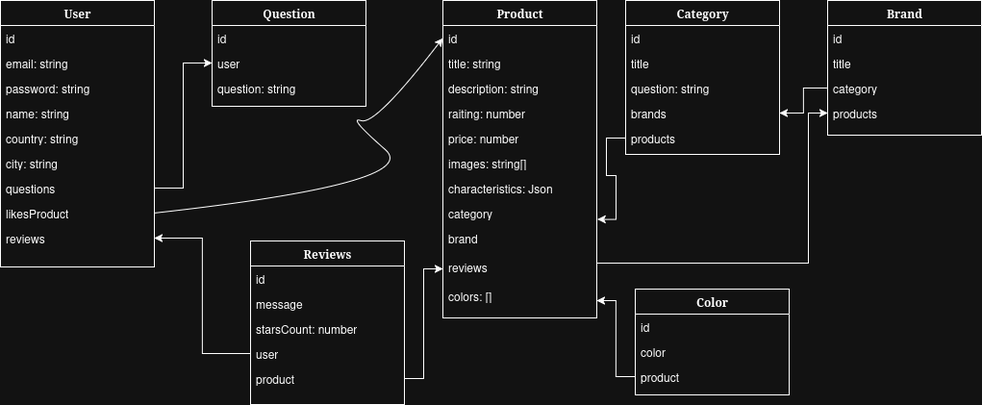
Earlier version of the draw.io export db-diagram-v1.png (Marald12/behoof-backend). Source tidied: cells renumbered, new cells last; positions are measured from the earlier drawing's top-left corner, leaving out a move shared by most shapes.
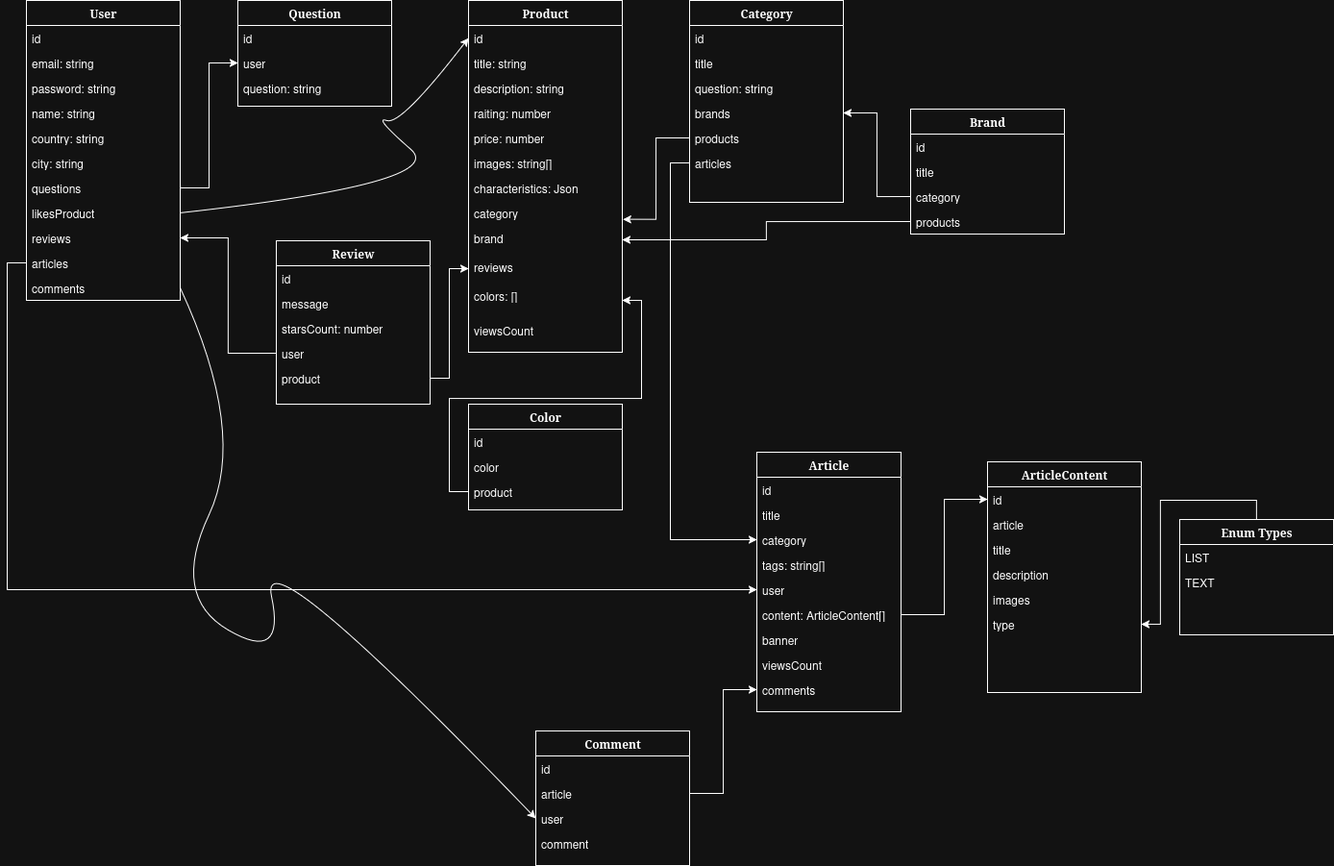
Above is the later version.

What changed in the source:
```diff
@@ -3,7 +3,7 @@
     <mxCell id="0" />
     <mxCell id="1" parent="0" />
     <mxCell id="2" value="&lt;div&gt;User&lt;/div&gt;" style="swimlane;html=1;fontStyle=1;align=center;verticalAlign=top;horizontal=1;startSize=26;swimlaneFillColor=#ffffff;rounded=0;shadow=0;comic=0;labelBackgroundColor=none;strokeWidth=1;fillColor=none;fontFamily=Verdana;fontSize=12;" parent="1" vertex="1">
-      <mxGeometry width="160" height="277" as="geometry" />
+      <mxGeometry width="160" height="312" as="geometry" />
     </mxCell>
     <mxCell id="3" value="id" style="text;html=1;strokeColor=none;fillColor=none;align=left;verticalAlign=top;spacingLeft=4;spacingRight=4;whiteSpace=wrap;overflow=hidden;" parent="2" vertex="1">
       <mxGeometry y="26" width="160" height="26" as="geometry" />
@@ -32,6 +32,12 @@
     <mxCell id="11" value="&lt;div&gt;reviews&lt;/div&gt;" style="text;html=1;strokeColor=none;fillColor=none;align=left;verticalAlign=top;spacingLeft=4;spacingRight=4;whiteSpace=wrap;overflow=hidden;points=[[0,0.5],[1,0.5]];portConstraint=eastwest;" parent="2" vertex="1">
       <mxGeometry y="234" width="160" height="26" as="geometry" />
     </mxCell>
+    <mxCell id="58" value="articles" style="text;html=1;strokeColor=none;fillColor=none;align=left;verticalAlign=top;spacingLeft=4;spacingRight=4;whiteSpace=wrap;overflow=hidden;points=[[0,0.5],[1,0.5]];portConstraint=eastwest;" parent="2" vertex="1">
+      <mxGeometry y="260" width="160" height="26" as="geometry" />
+    </mxCell>
+    <mxCell id="59" value="comments" style="text;html=1;strokeColor=none;fillColor=none;align=left;verticalAlign=top;spacingLeft=4;spacingRight=4;whiteSpace=wrap;overflow=hidden;points=[[0,0.5],[1,0.5]];portConstraint=eastwest;" parent="2" vertex="1">
+      <mxGeometry y="286" width="160" height="26" as="geometry" />
+    </mxCell>
     <mxCell id="12" value="Question" style="swimlane;html=1;fontStyle=1;align=center;verticalAlign=top;horizontal=1;startSize=26;swimlaneFillColor=#ffffff;rounded=0;shadow=0;comic=0;labelBackgroundColor=none;strokeWidth=1;fillColor=none;fontFamily=Verdana;fontSize=12;" parent="1" vertex="1">
       <mxGeometry x="220" width="160" height="110" as="geometry" />
     </mxCell>
@@ -53,7 +59,7 @@
       </mxGeometry>
     </mxCell>
     <mxCell id="18" value="Product" style="swimlane;html=1;fontStyle=1;align=center;verticalAlign=top;horizontal=1;startSize=26;swimlaneFillColor=#ffffff;rounded=0;shadow=0;comic=0;labelBackgroundColor=none;strokeWidth=1;fillColor=none;fontFamily=Verdana;fontSize=12;" parent="1" vertex="1">
-      <mxGeometry x="460" width="160" height="330" as="geometry" />
+      <mxGeometry x="460" width="160" height="366" as="geometry" />
     </mxCell>
     <mxCell id="19" value="id" style="text;html=1;strokeColor=none;fillColor=none;align=left;verticalAlign=top;spacingLeft=4;spacingRight=4;whiteSpace=wrap;overflow=hidden;points=[[0,0.5],[1,0.5]];portConstraint=eastwest;" parent="18" vertex="1">
       <mxGeometry y="26" width="160" height="26" as="geometry" />
@@ -88,6 +94,9 @@
     <mxCell id="29" value="&lt;div&gt;colors: []&lt;br&gt;&lt;/div&gt;" style="text;html=1;strokeColor=none;fillColor=none;align=left;verticalAlign=top;spacingLeft=4;spacingRight=4;whiteSpace=wrap;overflow=hidden;points=[[0,0.5],[1,0.5]];portConstraint=eastwest;" parent="18" vertex="1">
       <mxGeometry y="294" width="160" height="36" as="geometry" />
     </mxCell>
+    <mxCell id="60" value="&lt;div&gt;viewsCount&lt;/div&gt;&lt;div&gt;&lt;br&gt;&lt;/div&gt;" style="text;html=1;strokeColor=none;fillColor=none;align=left;verticalAlign=top;spacingLeft=4;spacingRight=4;whiteSpace=wrap;overflow=hidden;" parent="18" vertex="1">
+      <mxGeometry y="330" width="160" height="36" as="geometry" />
+    </mxCell>
     <mxCell id="30" style="curved=1;endArrow=classic;html=1;rounded=0;exitX=1;exitY=0.5;exitDx=0;exitDy=0;entryX=0;entryY=0.5;entryDx=0;entryDy=0;" parent="1" edge="1" source="10" target="19">
       <mxGeometry relative="1" as="geometry">
         <Array as="points">
@@ -98,7 +107,7 @@
       </mxGeometry>
     </mxCell>
     <mxCell id="31" value="Category" style="swimlane;html=1;fontStyle=1;align=center;verticalAlign=top;horizontal=1;startSize=26;swimlaneFillColor=#ffffff;rounded=0;shadow=0;comic=0;labelBackgroundColor=none;strokeWidth=1;fillColor=none;fontFamily=Verdana;fontSize=12;" parent="1" vertex="1">
-      <mxGeometry x="650" width="160" height="160" as="geometry" />
+      <mxGeometry x="690" width="160" height="210" as="geometry" />
     </mxCell>
     <mxCell id="32" value="id" style="text;html=1;strokeColor=none;fillColor=none;align=left;verticalAlign=top;spacingLeft=4;spacingRight=4;whiteSpace=wrap;overflow=hidden;" parent="31" vertex="1">
       <mxGeometry y="26" width="160" height="26" as="geometry" />
@@ -115,8 +124,11 @@
     <mxCell id="36" value="products" style="text;html=1;strokeColor=none;fillColor=none;align=left;verticalAlign=top;spacingLeft=4;spacingRight=4;whiteSpace=wrap;overflow=hidden;points=[[0,0.5],[1,0.5]];portConstraint=eastwest;" parent="31" vertex="1">
       <mxGeometry y="130" width="160" height="26" as="geometry" />
     </mxCell>
+    <mxCell id="61" value="articles" style="text;html=1;strokeColor=none;fillColor=none;align=left;verticalAlign=top;spacingLeft=4;spacingRight=4;whiteSpace=wrap;overflow=hidden;points=[[0,0.5],[1,0.5]];portConstraint=eastwest;" parent="31" vertex="1">
+      <mxGeometry y="156" width="160" height="26" as="geometry" />
+    </mxCell>
     <mxCell id="37" value="Brand" style="swimlane;html=1;fontStyle=1;align=center;verticalAlign=top;horizontal=1;startSize=26;swimlaneFillColor=#ffffff;rounded=0;shadow=0;comic=0;labelBackgroundColor=none;strokeWidth=1;fillColor=none;fontFamily=Verdana;fontSize=12;" parent="1" vertex="1">
-      <mxGeometry x="860" width="160" height="140" as="geometry" />
+      <mxGeometry x="920" y="113" width="160" height="130" as="geometry" />
     </mxCell>
     <mxCell id="38" value="id" style="text;html=1;strokeColor=none;fillColor=none;align=left;verticalAlign=top;spacingLeft=4;spacingRight=4;whiteSpace=wrap;overflow=hidden;" parent="37" vertex="1">
       <mxGeometry y="26" width="160" height="26" as="geometry" />
@@ -130,21 +142,13 @@
     <mxCell id="41" value="products" style="text;html=1;strokeColor=none;fillColor=none;align=left;verticalAlign=top;spacingLeft=4;spacingRight=4;whiteSpace=wrap;overflow=hidden;points=[[0,0.5],[1,0.5]];portConstraint=eastwest;" parent="37" vertex="1">
       <mxGeometry y="104" width="160" height="26" as="geometry" />
     </mxCell>
-    <mxCell id="42" style="edgeStyle=orthogonalEdgeStyle;rounded=0;jettySize=auto;html=1;exitX=1;exitY=0.5;exitDx=0;exitDy=0;entryX=0;entryY=0.5;entryDx=0;entryDy=0;" parent="1" edge="1" source="27" target="41">
-      <mxGeometry relative="1" as="geometry">
-        <Array as="points">
-          <mxPoint x="840" y="273" />
-          <mxPoint x="840" y="117" />
-        </Array>
-      </mxGeometry>
-    </mxCell>
     <mxCell id="43" style="edgeStyle=orthogonalEdgeStyle;rounded=0;jettySize=auto;html=1;exitX=0;exitY=0.5;exitDx=0;exitDy=0;entryX=1;entryY=0.5;entryDx=0;entryDy=0;" parent="1" edge="1" source="40" target="35">
       <mxGeometry relative="1" as="geometry" />
     </mxCell>
     <mxCell id="44" style="edgeStyle=orthogonalEdgeStyle;rounded=0;jettySize=auto;html=1;exitX=0;exitY=0.5;exitDx=0;exitDy=0;entryX=1.004;entryY=0.755;entryDx=0;entryDy=0;entryPerimeter=0;" parent="1" edge="1" source="36" target="26">
       <mxGeometry relative="1" as="geometry" />
     </mxCell>
-    <mxCell id="45" value="&lt;div&gt;Reviews&lt;/div&gt;" style="swimlane;html=1;fontStyle=1;align=center;verticalAlign=top;horizontal=1;startSize=26;swimlaneFillColor=#ffffff;rounded=0;shadow=0;comic=0;labelBackgroundColor=none;strokeWidth=1;fillColor=none;fontFamily=Verdana;fontSize=12;" parent="1" vertex="1">
+    <mxCell id="45" value="&lt;div&gt;Review&lt;/div&gt;" style="swimlane;html=1;fontStyle=1;align=center;verticalAlign=top;horizontal=1;startSize=26;swimlaneFillColor=#ffffff;rounded=0;shadow=0;comic=0;labelBackgroundColor=none;strokeWidth=1;fillColor=none;fontFamily=Verdana;fontSize=12;" parent="1" vertex="1">
       <mxGeometry x="260" y="250" width="160" height="170" as="geometry" />
     </mxCell>
     <mxCell id="46" value="id" style="text;html=1;strokeColor=none;fillColor=none;align=left;verticalAlign=top;spacingLeft=4;spacingRight=4;whiteSpace=wrap;overflow=hidden;" parent="45" vertex="1">
@@ -169,7 +173,7 @@
       <mxGeometry relative="1" as="geometry" />
     </mxCell>
     <mxCell id="53" value="&lt;div&gt;Color&lt;/div&gt;" style="swimlane;html=1;fontStyle=1;align=center;verticalAlign=top;horizontal=1;startSize=26;swimlaneFillColor=#ffffff;rounded=0;shadow=0;comic=0;labelBackgroundColor=none;strokeWidth=1;fillColor=none;fontFamily=Verdana;fontSize=12;" parent="1" vertex="1">
-      <mxGeometry x="660" y="300" width="160" height="110" as="geometry" />
+      <mxGeometry x="460" y="420" width="160" height="110" as="geometry" />
     </mxCell>
     <mxCell id="54" value="id" style="text;html=1;strokeColor=none;fillColor=none;align=left;verticalAlign=top;spacingLeft=4;spacingRight=4;whiteSpace=wrap;overflow=hidden;" parent="53" vertex="1">
       <mxGeometry y="26" width="160" height="26" as="geometry" />
@@ -183,5 +187,111 @@
     <mxCell id="57" style="edgeStyle=orthogonalEdgeStyle;rounded=0;jettySize=auto;html=1;exitX=0;exitY=0.5;exitDx=0;exitDy=0;entryX=1;entryY=0.5;entryDx=0;entryDy=0;" parent="1" edge="1" source="56" target="29">
       <mxGeometry relative="1" as="geometry" />
     </mxCell>
+    <mxCell id="62" value="&lt;div&gt;Article&lt;/div&gt;" style="swimlane;html=1;fontStyle=1;align=center;verticalAlign=top;horizontal=1;startSize=26;swimlaneFillColor=#ffffff;rounded=0;shadow=0;comic=0;labelBackgroundColor=none;strokeWidth=1;fillColor=none;fontFamily=Verdana;fontSize=12;" parent="1" vertex="1">
+      <mxGeometry x="760" y="470" width="150" height="270" as="geometry" />
+    </mxCell>
+    <mxCell id="63" value="id" style="text;html=1;strokeColor=none;fillColor=none;align=left;verticalAlign=top;spacingLeft=4;spacingRight=4;whiteSpace=wrap;overflow=hidden;" parent="62" vertex="1">
+      <mxGeometry y="26" width="150" height="26" as="geometry" />
+    </mxCell>
+    <mxCell id="64" value="title" style="text;html=1;strokeColor=none;fillColor=none;align=left;verticalAlign=top;spacingLeft=4;spacingRight=4;whiteSpace=wrap;overflow=hidden;" parent="62" vertex="1">
+      <mxGeometry y="52" width="150" height="26" as="geometry" />
+    </mxCell>
+    <mxCell id="65" value="&lt;div&gt;category&lt;/div&gt;" style="text;html=1;strokeColor=none;fillColor=none;align=left;verticalAlign=top;spacingLeft=4;spacingRight=4;whiteSpace=wrap;overflow=hidden;points=[[0,0.5],[1,0.5]];portConstraint=eastwest;" parent="62" vertex="1">
+      <mxGeometry y="78" width="150" height="26" as="geometry" />
+    </mxCell>
+    <mxCell id="66" value="tags: string[]" style="text;html=1;strokeColor=none;fillColor=none;align=left;verticalAlign=top;spacingLeft=4;spacingRight=4;whiteSpace=wrap;overflow=hidden;" parent="62" vertex="1">
+      <mxGeometry y="104" width="150" height="26" as="geometry" />
+    </mxCell>
+    <mxCell id="67" value="user" style="text;html=1;strokeColor=none;fillColor=none;align=left;verticalAlign=top;spacingLeft=4;spacingRight=4;whiteSpace=wrap;overflow=hidden;points=[[0,0.5],[1,0.5]];portConstraint=eastwest;" parent="62" vertex="1">
+      <mxGeometry y="130" width="150" height="26" as="geometry" />
+    </mxCell>
+    <mxCell id="68" value="&lt;div&gt;content: ArticleContent[]&lt;/div&gt;" style="text;html=1;strokeColor=none;fillColor=none;align=left;verticalAlign=top;spacingLeft=4;spacingRight=4;whiteSpace=wrap;overflow=hidden;points=[[0,0.5],[1,0.5]];portConstraint=eastwest;" parent="62" vertex="1">
+      <mxGeometry y="156" width="150" height="26" as="geometry" />
+    </mxCell>
+    <mxCell id="69" value="&lt;div&gt;banner&lt;/div&gt;" style="text;html=1;strokeColor=none;fillColor=none;align=left;verticalAlign=top;spacingLeft=4;spacingRight=4;whiteSpace=wrap;overflow=hidden;" parent="62" vertex="1">
+      <mxGeometry y="182" width="150" height="26" as="geometry" />
+    </mxCell>
+    <mxCell id="70" value="viewsCount" style="text;html=1;strokeColor=none;fillColor=none;align=left;verticalAlign=top;spacingLeft=4;spacingRight=4;whiteSpace=wrap;overflow=hidden;" parent="62" vertex="1">
+      <mxGeometry y="208" width="150" height="26" as="geometry" />
+    </mxCell>
+    <mxCell id="71" value="comments" style="text;html=1;strokeColor=none;fillColor=none;align=left;verticalAlign=top;spacingLeft=4;spacingRight=4;whiteSpace=wrap;overflow=hidden;points=[[0,0.5],[1,0.5]];portConstraint=eastwest;" parent="62" vertex="1">
+      <mxGeometry y="234" width="150" height="26" as="geometry" />
+    </mxCell>
+    <mxCell id="72" value="&lt;div&gt;ArticleContent&lt;/div&gt;" style="swimlane;html=1;fontStyle=1;align=center;verticalAlign=top;horizontal=1;startSize=26;swimlaneFillColor=#ffffff;rounded=0;shadow=0;comic=0;labelBackgroundColor=none;strokeWidth=1;fillColor=none;fontFamily=Verdana;fontSize=12;" parent="1" vertex="1">
+      <mxGeometry x="1000" y="480" width="160" height="240" as="geometry" />
+    </mxCell>
+    <mxCell id="73" value="id" style="text;html=1;strokeColor=none;fillColor=none;align=left;verticalAlign=top;spacingLeft=4;spacingRight=4;whiteSpace=wrap;overflow=hidden;points=[[0,0.5],[1,0.5]];portConstraint=eastwest;" parent="72" vertex="1">
+      <mxGeometry y="26" width="160" height="26" as="geometry" />
+    </mxCell>
+    <mxCell id="74" value="article" style="text;html=1;strokeColor=none;fillColor=none;align=left;verticalAlign=top;spacingLeft=4;spacingRight=4;whiteSpace=wrap;overflow=hidden;" parent="72" vertex="1">
+      <mxGeometry y="52" width="160" height="26" as="geometry" />
+    </mxCell>
+    <mxCell id="75" value="&lt;div&gt;title&lt;/div&gt;" style="text;html=1;strokeColor=none;fillColor=none;align=left;verticalAlign=top;spacingLeft=4;spacingRight=4;whiteSpace=wrap;overflow=hidden;" parent="72" vertex="1">
+      <mxGeometry y="78" width="160" height="26" as="geometry" />
+    </mxCell>
+    <mxCell id="76" value="description" style="text;html=1;strokeColor=none;fillColor=none;align=left;verticalAlign=top;spacingLeft=4;spacingRight=4;whiteSpace=wrap;overflow=hidden;" parent="72" vertex="1">
+      <mxGeometry y="104" width="160" height="26" as="geometry" />
+    </mxCell>
+    <mxCell id="77" value="images" style="text;html=1;strokeColor=none;fillColor=none;align=left;verticalAlign=top;spacingLeft=4;spacingRight=4;whiteSpace=wrap;overflow=hidden;" parent="72" vertex="1">
+      <mxGeometry y="130" width="160" height="26" as="geometry" />
+    </mxCell>
+    <mxCell id="78" value="type" style="text;html=1;strokeColor=none;fillColor=none;align=left;verticalAlign=top;spacingLeft=4;spacingRight=4;whiteSpace=wrap;overflow=hidden;points=[[0,0.5],[1,0.5]];portConstraint=eastwest;" parent="72" vertex="1">
+      <mxGeometry y="156" width="160" height="26" as="geometry" />
+    </mxCell>
+    <mxCell id="79" style="edgeStyle=orthogonalEdgeStyle;rounded=0;jettySize=auto;html=1;exitX=1;exitY=0.5;exitDx=0;exitDy=0;entryX=0;entryY=0.5;entryDx=0;entryDy=0;" parent="1" edge="1" source="68" target="73">
+      <mxGeometry relative="1" as="geometry" />
+    </mxCell>
+    <mxCell id="80" style="edgeStyle=orthogonalEdgeStyle;rounded=0;jettySize=auto;html=1;exitX=0.5;exitY=0;exitDx=0;exitDy=0;entryX=1;entryY=0.5;entryDx=0;entryDy=0;" parent="1" edge="1" source="81" target="78">
+      <mxGeometry relative="1" as="geometry" />
+    </mxCell>
+    <mxCell id="81" value="Enum Types" style="swimlane;html=1;fontStyle=1;align=center;verticalAlign=top;horizontal=1;startSize=26;swimlaneFillColor=#ffffff;rounded=0;shadow=0;comic=0;labelBackgroundColor=none;strokeWidth=1;fillColor=none;fontFamily=Verdana;fontSize=12;" parent="1" vertex="1">
+      <mxGeometry x="1200" y="540" width="160" height="120" as="geometry" />
+    </mxCell>
+    <mxCell id="82" value="LIST" style="text;html=1;strokeColor=none;fillColor=none;align=left;verticalAlign=top;spacingLeft=4;spacingRight=4;whiteSpace=wrap;overflow=hidden;" parent="81" vertex="1">
+      <mxGeometry y="26" width="160" height="26" as="geometry" />
+    </mxCell>
+    <mxCell id="83" value="TEXT" style="text;html=1;strokeColor=none;fillColor=none;align=left;verticalAlign=top;spacingLeft=4;spacingRight=4;whiteSpace=wrap;overflow=hidden;" parent="81" vertex="1">
+      <mxGeometry y="52" width="160" height="26" as="geometry" />
+    </mxCell>
+    <mxCell id="84" style="edgeStyle=orthogonalEdgeStyle;rounded=0;jettySize=auto;html=1;exitX=0;exitY=0.5;exitDx=0;exitDy=0;entryX=0;entryY=0.5;entryDx=0;entryDy=0;" parent="1" edge="1" source="58" target="67">
+      <mxGeometry relative="1" as="geometry" />
+    </mxCell>
+    <mxCell id="85" style="edgeStyle=orthogonalEdgeStyle;rounded=0;jettySize=auto;html=1;exitX=0;exitY=0.5;exitDx=0;exitDy=0;entryX=1;entryY=0.5;entryDx=0;entryDy=0;" parent="1" edge="1" source="41" target="27">
+      <mxGeometry relative="1" as="geometry" />
+    </mxCell>
+    <mxCell id="86" style="edgeStyle=orthogonalEdgeStyle;rounded=0;jettySize=auto;html=1;exitX=0;exitY=0.5;exitDx=0;exitDy=0;entryX=0;entryY=0.5;entryDx=0;entryDy=0;" parent="1" edge="1" source="61" target="65">
+      <mxGeometry relative="1" as="geometry" />
+    </mxCell>
+    <mxCell id="87" value="&amp;nbsp;" style="text;whiteSpace=wrap;html=1;" parent="1" vertex="1">
+      <mxGeometry x="720" y="220" width="40" height="40" as="geometry" />
+    </mxCell>
+    <mxCell id="88" value="Comment" style="swimlane;html=1;fontStyle=1;align=center;verticalAlign=top;horizontal=1;startSize=26;swimlaneFillColor=#ffffff;rounded=0;shadow=0;comic=0;labelBackgroundColor=none;strokeWidth=1;fillColor=none;fontFamily=Verdana;fontSize=12;" parent="1" vertex="1">
+      <mxGeometry x="530" y="760" width="160" height="140" as="geometry" />
+    </mxCell>
+    <mxCell id="89" value="id" style="text;html=1;strokeColor=none;fillColor=none;align=left;verticalAlign=top;spacingLeft=4;spacingRight=4;whiteSpace=wrap;overflow=hidden;" parent="88" vertex="1">
+      <mxGeometry y="26" width="160" height="26" as="geometry" />
+    </mxCell>
+    <mxCell id="90" value="article" style="text;html=1;strokeColor=none;fillColor=none;align=left;verticalAlign=top;spacingLeft=4;spacingRight=4;whiteSpace=wrap;overflow=hidden;points=[[0,0.5],[1,0.5]];portConstraint=eastwest;" parent="88" vertex="1">
+      <mxGeometry y="52" width="160" height="26" as="geometry" />
+    </mxCell>
+    <mxCell id="91" value="user" style="text;html=1;strokeColor=none;fillColor=none;align=left;verticalAlign=top;spacingLeft=4;spacingRight=4;whiteSpace=wrap;overflow=hidden;points=[[0,0.5],[1,0.5]];portConstraint=eastwest;" parent="88" vertex="1">
+      <mxGeometry y="78" width="160" height="26" as="geometry" />
+    </mxCell>
+    <mxCell id="92" value="comment" style="text;html=1;strokeColor=none;fillColor=none;align=left;verticalAlign=top;spacingLeft=4;spacingRight=4;whiteSpace=wrap;overflow=hidden;" parent="88" vertex="1">
+      <mxGeometry y="104" width="160" height="26" as="geometry" />
+    </mxCell>
+    <mxCell id="93" style="edgeStyle=orthogonalEdgeStyle;rounded=0;jettySize=auto;html=1;exitX=1;exitY=0.5;exitDx=0;exitDy=0;entryX=0;entryY=0.5;entryDx=0;entryDy=0;" parent="1" edge="1" source="90" target="71">
+      <mxGeometry relative="1" as="geometry" />
+    </mxCell>
+    <mxCell id="94" style="curved=1;endArrow=classic;html=1;rounded=0;exitX=1;exitY=0.5;exitDx=0;exitDy=0;entryX=0;entryY=0.5;entryDx=0;entryDy=0;" parent="1" edge="1" source="59" target="91">
+      <mxGeometry relative="1" as="geometry">
+        <Array as="points">
+          <mxPoint x="230" y="450" />
+          <mxPoint x="150" y="620" />
+          <mxPoint x="270" y="690" />
+          <mxPoint x="240" y="550" />
+        </Array>
+      </mxGeometry>
+    </mxCell>
   </root>
 </mxGraphModel>
```
